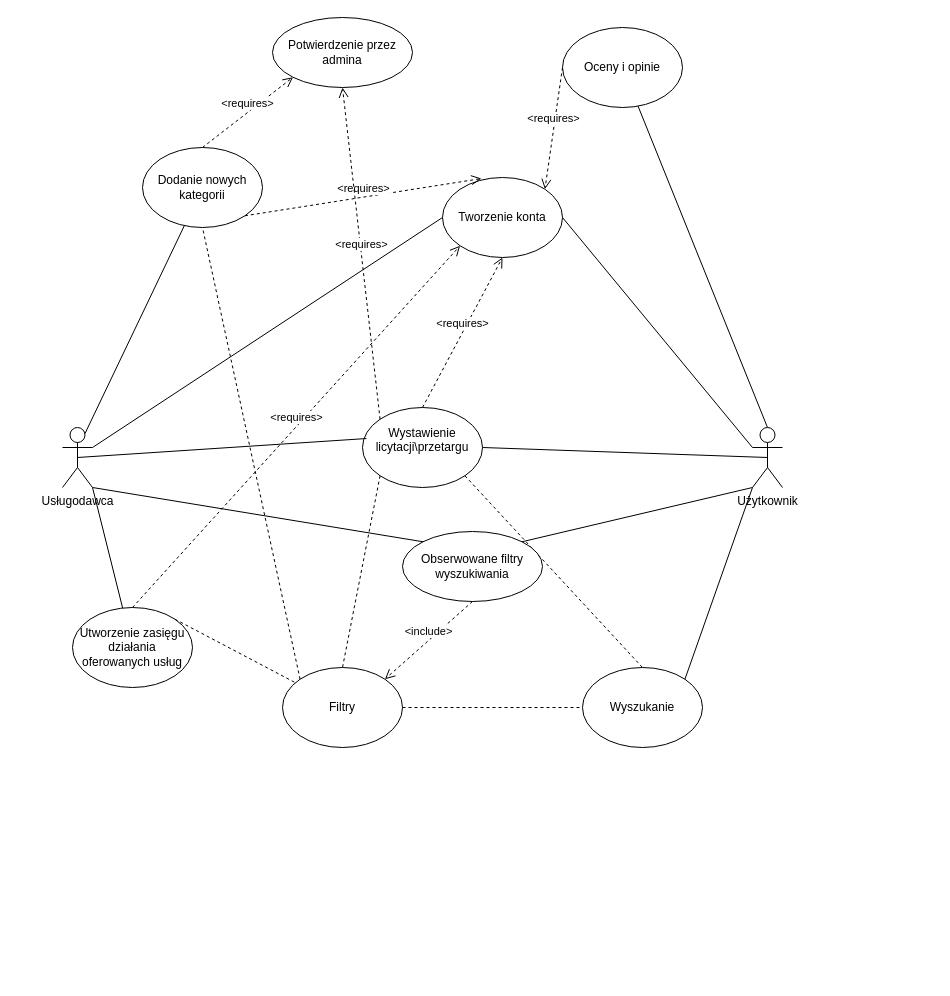
This is Untitled Diagram.drawio from kamildziedzic/Remontowo.pl, a draw.io file, before an edit. Source tidied: cells renumbered, new cells numbered last; positions are measured from the earlier drawing's top-left corner, leaving out a move shared by most shapes. Both pictures are drawn from the tidied source at 100%, with x=0, y=0 at pixel (62, 17).
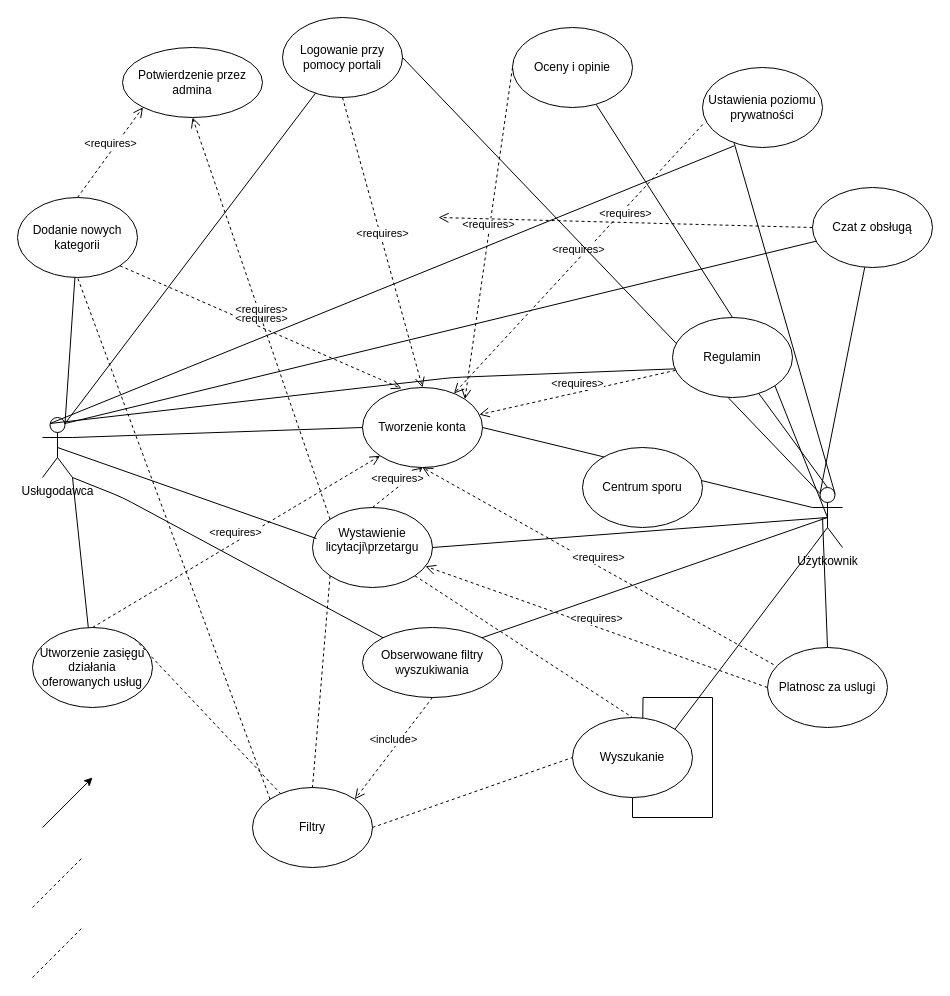
The same diagram, later.

Diff of the diagram source:
```diff
@@
     <mxCell id="2" value="Usługodawca" style="shape=umlActor;verticalLabelPosition=bottom;labelBackgroundColor=#ffffff;verticalAlign=top;html=1;outlineConnect=0;" parent="1" vertex="1">
-      <mxGeometry y="410" width="30" height="60" as="geometry" />
+      <mxGeometry x="-20" y="400" width="30" height="60" as="geometry" />
     </mxCell>
     <mxCell id="3" value="Tworzenie konta" style="ellipse;whiteSpace=wrap;html=1;" parent="1" vertex="1">
-      <mxGeometry x="380" y="160" width="120" height="80" as="geometry" />
+      <mxGeometry x="300" y="370" width="120" height="80" as="geometry" />
     </mxCell>
     <mxCell id="4" value="Dodanie nowych kategorii" style="ellipse;whiteSpace=wrap;html=1;" parent="1" vertex="1">
-      <mxGeometry x="80" y="130" width="120" height="80" as="geometry" />
+      <mxGeometry x="-45" y="180" width="120" height="80" as="geometry" />
     </mxCell>
     <mxCell id="5" value="Utworzenie zasięgu działania oferowanych usług" style="ellipse;whiteSpace=wrap;html=1;" parent="1" vertex="1">
-      <mxGeometry x="10" y="590" width="120" height="80" as="geometry" />
+      <mxGeometry x="-30" y="610" width="120" height="80" as="geometry" />
     </mxCell>
     <mxCell id="6" value="Użytkownik" style="shape=umlActor;verticalLabelPosition=bottom;labelBackgroundColor=#ffffff;verticalAlign=top;html=1;outlineConnect=0;" parent="1" vertex="1">
-      <mxGeometry x="690" y="410" width="30" height="60" as="geometry" />
+      <mxGeometry x="750" y="470" width="30" height="60" as="geometry" />
     </mxCell>
     <mxCell id="7" value="Oceny i opinie" style="ellipse;whiteSpace=wrap;html=1;" parent="1" vertex="1">
-      <mxGeometry x="500" y="10" width="120" height="80" as="geometry" />
+      <mxGeometry x="450" y="10" width="120" height="80" as="geometry" />
     </mxCell>
@@
     <mxCell id="9" value="Wyszukanie" style="ellipse;whiteSpace=wrap;html=1;" parent="1" vertex="1">
-      <mxGeometry x="520" y="650" width="120" height="80" as="geometry" />
+      <mxGeometry x="510" y="700" width="120" height="80" as="geometry" />
     </mxCell>
@@
-    <mxCell id="13" style="endArrow=none;html=1;entryX=0.5;entryY=0;entryDx=0;entryDy=0;entryPerimeter=0;" parent="1" edge="1" source="7" target="6">
+    <mxCell id="13" style="endArrow=none;html=1;entryX=0.5;entryY=0;entryDx=0;entryDy=0;entryPerimeter=0;" parent="1" edge="1" source="56" target="6">
       <mxGeometry relative="1" as="geometry" />
     </mxCell>
@@
     <mxCell id="17" value="&lt;div&gt;Wystawienie &lt;br&gt;&lt;/div&gt;&lt;div&gt;licytacji\przetargu&lt;/div&gt;&lt;div&gt;&lt;br&gt;&lt;/div&gt;" style="ellipse;whiteSpace=wrap;html=1;" parent="1" vertex="1">
-      <mxGeometry x="300" y="390" width="120" height="80" as="geometry" />
+      <mxGeometry x="250" y="490" width="120" height="80" as="geometry" />
     </mxCell>
@@
     <mxCell id="22" value="Filtry" style="ellipse;whiteSpace=wrap;html=1;" parent="1" vertex="1">
-      <mxGeometry x="220" y="650" width="120" height="80" as="geometry" />
+      <mxGeometry x="190" y="770" width="120" height="80" as="geometry" />
     </mxCell>
@@
     <mxCell id="29" value="Potwierdzenie przez admina" style="ellipse;whiteSpace=wrap;html=1;" parent="1" vertex="1">
-      <mxGeometry x="210" width="140" height="70" as="geometry" />
+      <mxGeometry x="60" y="30" width="140" height="70" as="geometry" />
     </mxCell>
@@
     <mxCell id="32" value="Obserwowane filtry wyszukiwania" style="ellipse;whiteSpace=wrap;html=1;" parent="1" vertex="1">
-      <mxGeometry x="340" y="514" width="140" height="70" as="geometry" />
+      <mxGeometry x="300" y="610" width="140" height="70" as="geometry" />
     </mxCell>
     <mxCell id="33" style="endArrow=none;html=1;entryX=1;entryY=1;entryDx=0;entryDy=0;entryPerimeter=0;exitX=0;exitY=0;exitDx=0;exitDy=0;" parent="1" edge="1" source="32" target="2">
-      <mxGeometry relative="1" as="geometry" />
+      <mxGeometry relative="1" as="geometry">
+        <Array as="points">
+          <mxPoint x="60" y="480" />
+        </Array>
+      </mxGeometry>
     </mxCell>
-    <mxCell id="34" style="endArrow=none;html=1;entryX=1;entryY=0;entryDx=0;entryDy=0;" parent="1" edge="1" target="32">
-      <mxGeometry relative="1" as="geometry">
-        <mxPoint x="690" y="470" as="sourcePoint" />
-      </mxGeometry>
+    <mxCell id="34" style="endArrow=none;html=1;entryX=1;entryY=0;entryDx=0;entryDy=0;exitX=0.5;exitY=0.5;exitDx=0;exitDy=0;exitPerimeter=0;" parent="1" edge="1" source="6" target="32">
+      <mxGeometry relative="1" as="geometry" />
     </mxCell>
@@
+    <mxCell id="36" style="endArrow=classic;html=1;" parent="1" edge="1">
+      <mxGeometry relative="1" as="geometry">
+        <mxPoint x="-20" y="810" as="sourcePoint" />
+        <mxPoint x="30" y="760" as="targetPoint" />
+      </mxGeometry>
+    </mxCell>
+    <mxCell id="37" style="endArrow=none;dashed=1;html=1;" parent="1" edge="1">
+      <mxGeometry relative="1" as="geometry">
+        <mxPoint x="-30" y="890" as="sourcePoint" />
+        <mxPoint x="20" y="840" as="targetPoint" />
+      </mxGeometry>
+    </mxCell>
+    <mxCell id="38" style="endArrow=none;dashed=1;html=1;" parent="1" edge="1">
+      <mxGeometry relative="1" as="geometry">
+        <mxPoint x="-30" y="960" as="sourcePoint" />
+        <mxPoint x="20" y="910" as="targetPoint" />
+      </mxGeometry>
+    </mxCell>
+    <mxCell id="39" value="&amp;lt;requires&amp;gt;" style="html=1;verticalAlign=bottom;endArrow=open;dashed=1;endSize=8;" parent="1" edge="1" source="56" target="3">
+      <mxGeometry relative="1" as="geometry" />
+    </mxCell>
+    <mxCell id="40" value="Ustawienia poziomu prywatności" style="ellipse;whiteSpace=wrap;html=1;" parent="1" vertex="1">
+      <mxGeometry x="640" y="50" width="120" height="80" as="geometry" />
+    </mxCell>
+    <mxCell id="41" value="&amp;lt;requires&amp;gt;" style="html=1;verticalAlign=bottom;endArrow=open;dashed=1;endSize=8;exitX=0.002;exitY=0.713;exitDx=0;exitDy=0;exitPerimeter=0;" parent="1" edge="1" source="40" target="3">
+      <mxGeometry relative="1" as="geometry" />
+    </mxCell>
+    <mxCell id="42" value="Czat z obsługą" style="ellipse;whiteSpace=wrap;html=1;" parent="1" vertex="1">
+      <mxGeometry x="750" y="170" width="120" height="80" as="geometry" />
+    </mxCell>
+    <mxCell id="43" value="&amp;lt;requires&amp;gt;" style="html=1;verticalAlign=bottom;endArrow=open;dashed=1;endSize=8;exitX=0;exitY=0.5;exitDx=0;exitDy=0;" parent="1" edge="1" source="42">
+      <mxGeometry relative="1" as="geometry">
+        <mxPoint x="376" y="200" as="targetPoint" />
+      </mxGeometry>
+    </mxCell>
+    <mxCell id="44" value="Logowanie przy pomocy portali" style="ellipse;whiteSpace=wrap;html=1;" parent="1" vertex="1">
+      <mxGeometry x="220" width="120" height="80" as="geometry" />
+    </mxCell>
+    <mxCell id="45" value="&amp;lt;requires&amp;gt;" style="html=1;verticalAlign=bottom;endArrow=open;dashed=1;endSize=8;exitX=0;exitY=0.5;exitDx=0;exitDy=0;entryX=0.5;entryY=0;entryDx=0;entryDy=0;" parent="1" edge="1" target="3">
+      <mxGeometry relative="1" as="geometry">
+        <mxPoint x="280" y="80" as="sourcePoint" />
+      </mxGeometry>
+    </mxCell>
+    <mxCell id="46" style="endArrow=none;html=1;entryX=0.25;entryY=0.1;entryDx=0;entryDy=0;entryPerimeter=0;" parent="1" edge="1" source="42" target="6">
+      <mxGeometry relative="1" as="geometry" />
+    </mxCell>
+    <mxCell id="47" style="endArrow=none;html=1;exitX=0.75;exitY=0.1;exitDx=0;exitDy=0;exitPerimeter=0;" parent="1" edge="1" source="2" target="42">
+      <mxGeometry relative="1" as="geometry" />
+    </mxCell>
+    <mxCell id="48" style="endArrow=none;html=1;exitX=0.264;exitY=0.98;exitDx=0;exitDy=0;exitPerimeter=0;entryX=0.25;entryY=0.1;entryDx=0;entryDy=0;entryPerimeter=0;" parent="1" edge="1" source="40" target="2">
+      <mxGeometry relative="1" as="geometry" />
+    </mxCell>
+    <mxCell id="49" style="endArrow=none;html=1;entryX=0.75;entryY=0.1;entryDx=0;entryDy=0;entryPerimeter=0;exitX=0.264;exitY=0.945;exitDx=0;exitDy=0;exitPerimeter=0;" parent="1" edge="1" source="40" target="6">
+      <mxGeometry relative="1" as="geometry" />
+    </mxCell>
+    <mxCell id="50" style="endArrow=none;html=1;exitX=1;exitY=1;exitDx=0;exitDy=0;entryX=0.5;entryY=0.5;entryDx=0;entryDy=0;entryPerimeter=0;" parent="1" edge="1" source="56" target="6">
+      <mxGeometry relative="1" as="geometry" />
+    </mxCell>
+    <mxCell id="51" style="endArrow=none;html=1;entryX=0.038;entryY=0.641;entryDx=0;entryDy=0;entryPerimeter=0;exitX=0.25;exitY=0.1;exitDx=0;exitDy=0;exitPerimeter=0;" parent="1" edge="1" source="2" target="56">
+      <mxGeometry relative="1" as="geometry">
+        <Array as="points">
+          <mxPoint x="390" y="360" />
+        </Array>
+      </mxGeometry>
+    </mxCell>
+    <mxCell id="52" style="endArrow=none;html=1;entryX=0.75;entryY=0.1;entryDx=0;entryDy=0;entryPerimeter=0;" parent="1" edge="1" source="44" target="2">
+      <mxGeometry relative="1" as="geometry" />
+    </mxCell>
+    <mxCell id="53" style="endArrow=none;html=1;entryX=0.25;entryY=0.1;entryDx=0;entryDy=0;entryPerimeter=0;exitX=1;exitY=0.5;exitDx=0;exitDy=0;" parent="1" edge="1" source="44" target="6">
+      <mxGeometry relative="1" as="geometry" />
+    </mxCell>
+    <mxCell id="54" value="Platnosc za uslugi" style="ellipse;whiteSpace=wrap;html=1;" parent="1" vertex="1">
+      <mxGeometry x="705" y="630" width="120" height="80" as="geometry" />
+    </mxCell>
+    <mxCell id="55" value="&amp;lt;requires&amp;gt;" style="html=1;verticalAlign=bottom;endArrow=open;dashed=1;endSize=8;exitX=0.05;exitY=0.213;exitDx=0;exitDy=0;exitPerimeter=0;entryX=0.5;entryY=1;entryDx=0;entryDy=0;" parent="1" edge="1" source="54" target="3">
+      <mxGeometry relative="1" as="geometry" />
+    </mxCell>
+    <mxCell id="56" value="Regulamin" style="ellipse;whiteSpace=wrap;html=1;" parent="1" vertex="1">
+      <mxGeometry x="610" y="300" width="120" height="80" as="geometry" />
+    </mxCell>
+    <mxCell id="57" style="endArrow=none;html=1;entryX=0.5;entryY=0;entryDx=0;entryDy=0;entryPerimeter=0;" parent="1" edge="1" source="7" target="56">
+      <mxGeometry relative="1" as="geometry" />
+    </mxCell>
+    <mxCell id="58" style="endArrow=none;html=1;entryX=0.5;entryY=0;entryDx=0;entryDy=0;" parent="1" edge="1" target="54">
+      <mxGeometry relative="1" as="geometry">
+        <mxPoint x="760" y="500" as="sourcePoint" />
+      </mxGeometry>
+    </mxCell>
+    <mxCell id="59" value="&amp;lt;requires&amp;gt;" style="html=1;verticalAlign=bottom;endArrow=open;dashed=1;endSize=8;exitX=0;exitY=0.5;exitDx=0;exitDy=0;" parent="1" edge="1" source="54" target="17">
+      <mxGeometry relative="1" as="geometry" />
+    </mxCell>
+    <mxCell id="60" value="Centrum sporu" style="ellipse;whiteSpace=wrap;html=1;" parent="1" vertex="1">
+      <mxGeometry x="520" y="430" width="120" height="80" as="geometry" />
+    </mxCell>
```
